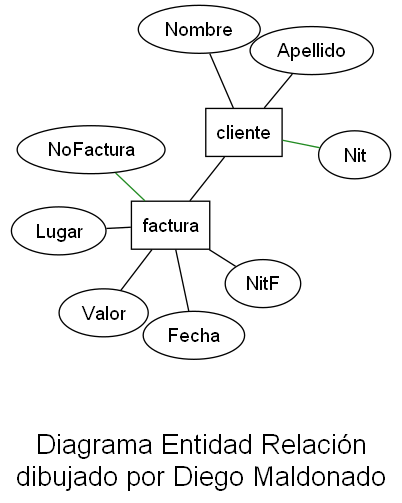
Earlier version of the Graphviz export graph.dot.png (DiegoMaldonado19/Proyecto-Final-EDD). Its source is kept beside it as graph.dot.
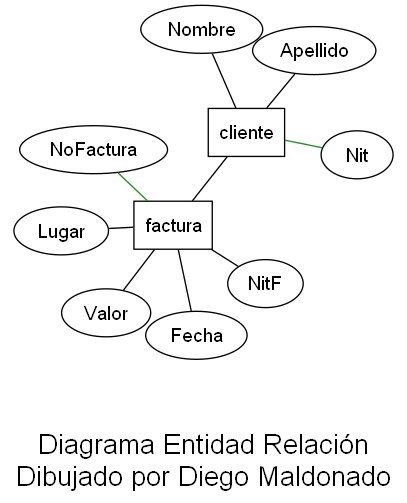
Later version of the same file.

The edit, as a diff of the source:
```diff
@@ -10,6 +10,6 @@
  factura  -- Lugar;
  factura  -- Valor;
  factura  -- cliente;
-label = "\n\nDiagrama Entidad Relación\ndibujado por Diego Maldonado";
+label = "\n\nDiagrama Entidad Relación\nDibujado por Diego Maldonado";
 fontsize=20;
 }
```
